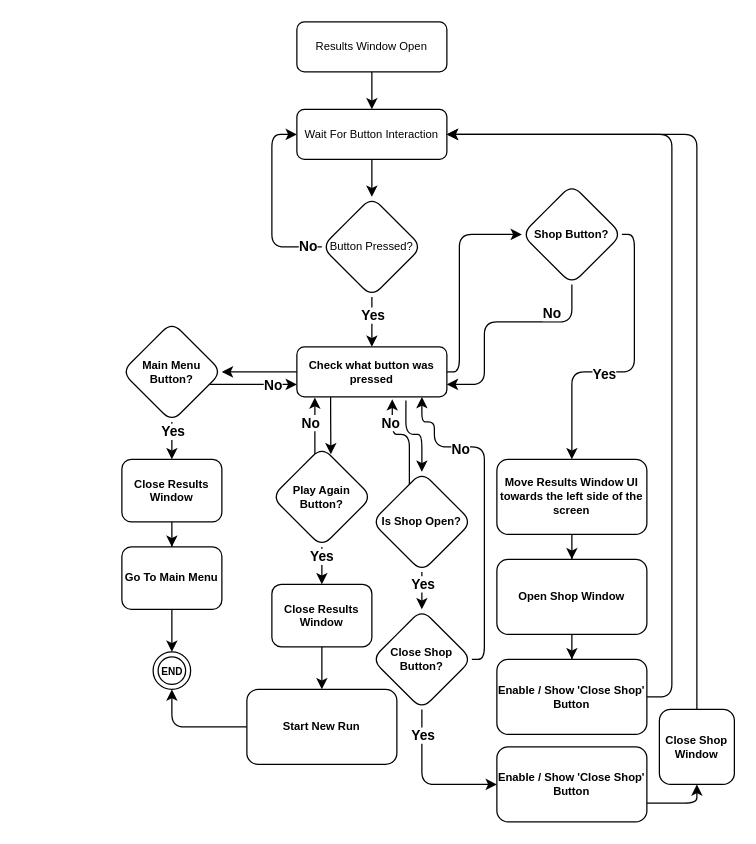
The draw.io diagram ResultsMenuFlowchart.drawio in PsychicHavocTV/CPPSideScroller, before the edit. Source tidied: cells renumbered, new cells numbered last; positions are measured from the earlier drawing's top-left corner, leaving out a move shared by most shapes. Both pictures are drawn from the tidied source at 125%, with x=0, y=0 at pixel (121, 21).
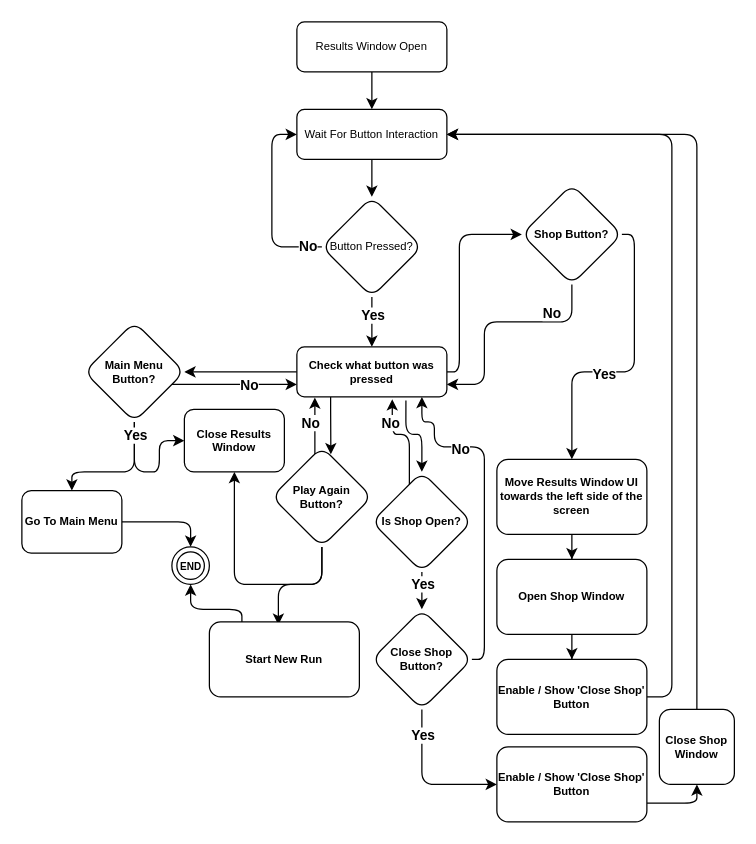
The same page after the edit.

Unchanged cells that the change refers to:
```xml
<mxCell id="20" value="&lt;b&gt;Play Again Button?&lt;/b&gt;" style="rhombus;whiteSpace=wrap;html=1;fontSize=9;rounded=1;glass=0;strokeWidth=1;shadow=0;" parent="1" vertex="1">
  <mxGeometry x="120" y="340" width="80" height="80" as="geometry" />
</mxCell>
```

The edit, as a diff of the source:
```diff
@@
-    <mxCell id="16" style="edgeStyle=orthogonalEdgeStyle;rounded=0;jettySize=auto;html=1;entryX=0.5;entryY=0;entryDx=0;entryDy=0;" parent="1" edge="1" source="20" target="37">
-      <mxGeometry relative="1" as="geometry" />
-    </mxCell>
-    <mxCell id="17" value="&lt;b&gt;Yes&lt;/b&gt;" style="edgeLabel;html=1;align=center;verticalAlign=middle;" parent="16" vertex="1">
-      <mxGeometry x="-0.71" y="-1" relative="1" as="geometry" />
-    </mxCell>
@@
+    <mxCell id="60" style="edgeStyle=orthogonalEdgeStyle;rounded=1;jettySize=auto;html=1;entryX=0.46;entryY=0.04;entryDx=0;entryDy=0;entryPerimeter=0;" parent="1" edge="1" source="20" target="39">
+      <mxGeometry relative="1" as="geometry">
+        <Array as="points">
+          <mxPoint x="160" y="450" />
+          <mxPoint x="125" y="450" />
+        </Array>
+      </mxGeometry>
+    </mxCell>
+    <mxCell id="61" style="edgeStyle=orthogonalEdgeStyle;rounded=1;jettySize=auto;html=1;entryX=0.5;entryY=1;entryDx=0;entryDy=0;" parent="1" edge="1" source="20" target="32">
+      <mxGeometry relative="1" as="geometry">
+        <Array as="points">
+          <mxPoint x="160" y="450" />
+          <mxPoint x="90" y="450" />
+        </Array>
+      </mxGeometry>
+    </mxCell>
@@
-    <mxCell id="23" style="edgeStyle=orthogonalEdgeStyle;rounded=0;jettySize=auto;html=1;exitX=0.5;exitY=1;exitDx=0;exitDy=0;" parent="1" edge="1" source="25" target="32">
+    <mxCell id="23" style="edgeStyle=orthogonalEdgeStyle;rounded=1;jettySize=auto;html=1;exitX=0.5;exitY=1;exitDx=0;exitDy=0;entryX=0;entryY=0.5;entryDx=0;entryDy=0;" parent="1" edge="1" source="25" target="32">
       <mxGeometry relative="1" as="geometry">
         <Array as="points">
-          <mxPoint x="40" y="370" />
+          <mxPoint x="10" y="360" />
+          <mxPoint x="30" y="360" />
+          <mxPoint x="30" y="335" />
         </Array>
       </mxGeometry>
     </mxCell>
-    <mxCell id="24" value="&lt;b&gt;Yes&lt;/b&gt;" style="edgeLabel;html=1;align=center;verticalAlign=middle;" parent="23" vertex="1">
-      <mxGeometry x="-0.51" relative="1" as="geometry" />
-    </mxCell>
+    <mxCell id="62" style="edgeStyle=orthogonalEdgeStyle;rounded=1;jettySize=auto;html=1;entryX=0.5;entryY=0;entryDx=0;entryDy=0;exitX=0.5;exitY=1;exitDx=0;exitDy=0;" parent="1" edge="1" source="25" target="34">
+      <mxGeometry relative="1" as="geometry">
+        <Array as="points">
+          <mxPoint x="10" y="360" />
+          <mxPoint x="-40" y="360" />
+        </Array>
+      </mxGeometry>
+    </mxCell>
+    <mxCell id="63" value="&lt;b&gt;Yes&lt;/b&gt;" style="edgeLabel;html=1;align=center;verticalAlign=middle;" parent="62" vertex="1">
+      <mxGeometry x="-0.75" y="-1" relative="1" as="geometry">
+        <mxPoint x="1" y="-3" as="offset" />
+      </mxGeometry>
+    </mxCell>
     <mxCell id="25" value="&lt;b&gt;Main Menu Button?&lt;/b&gt;" style="rhombus;whiteSpace=wrap;html=1;fontSize=9;rounded=1;glass=0;strokeWidth=1;shadow=0;" parent="1" vertex="1">
-      <mxGeometry y="240" width="80" height="80" as="geometry" />
+      <mxGeometry x="-30" y="240" width="80" height="80" as="geometry" />
     </mxCell>
@@
-    <mxCell id="31" style="edgeStyle=orthogonalEdgeStyle;rounded=0;jettySize=auto;html=1;" parent="1" edge="1" source="32" target="34">
-      <mxGeometry relative="1" as="geometry" />
-    </mxCell>
     <mxCell id="32" value="&lt;b&gt;Close Results Window&lt;/b&gt;" style="whiteSpace=wrap;html=1;fontSize=9;rounded=1;glass=0;strokeWidth=1;shadow=0;" parent="1" vertex="1">
-      <mxGeometry y="350" width="80" height="50" as="geometry" />
+      <mxGeometry x="50" y="310" width="80" height="50" as="geometry" />
     </mxCell>
@@
     <mxCell id="34" value="&lt;b&gt;Go To Main Menu&lt;/b&gt;" style="whiteSpace=wrap;html=1;fontSize=9;rounded=1;glass=0;strokeWidth=1;shadow=0;" parent="1" vertex="1">
-      <mxGeometry y="420" width="80" height="50" as="geometry" />
+      <mxGeometry x="-80" y="375" width="80" height="50" as="geometry" />
     </mxCell>
     <mxCell id="35" value="&lt;font style=&quot;font-size: 8px;&quot;&gt;&lt;b&gt;END&lt;/b&gt;&lt;/font&gt;" style="ellipse;html=1;shape=endState;" parent="1" vertex="1">
-      <mxGeometry x="25" y="504" width="30" height="30" as="geometry" />
+      <mxGeometry x="40" y="420" width="30" height="30" as="geometry" />
     </mxCell>
-    <mxCell id="36" style="edgeStyle=orthogonalEdgeStyle;rounded=0;jettySize=auto;html=1;entryX=0.5;entryY=0;entryDx=0;entryDy=0;" parent="1" edge="1" source="37" target="39">
-      <mxGeometry relative="1" as="geometry" />
-    </mxCell>
-    <mxCell id="37" value="&lt;b&gt;Close Results Window&lt;/b&gt;" style="whiteSpace=wrap;html=1;fontSize=9;rounded=1;glass=0;strokeWidth=1;shadow=0;" parent="1" vertex="1">
-      <mxGeometry x="120" y="449.9" width="80" height="50" as="geometry" />
-    </mxCell>
-    <mxCell id="38" style="edgeStyle=orthogonalEdgeStyle;rounded=1;jettySize=auto;html=1;entryX=0.5;entryY=1;entryDx=0;entryDy=0;" parent="1" edge="1" source="39" target="35">
-      <mxGeometry relative="1" as="geometry" />
+    <mxCell id="38" style="edgeStyle=orthogonalEdgeStyle;rounded=1;jettySize=auto;html=1;entryX=0.5;entryY=1;entryDx=0;entryDy=0;exitX=0.217;exitY=0.012;exitDx=0;exitDy=0;exitPerimeter=0;" parent="1" edge="1" source="39" target="35">
+      <mxGeometry relative="1" as="geometry">
+        <Array as="points">
+          <mxPoint x="96" y="470" />
+          <mxPoint x="55" y="470" />
+        </Array>
+      </mxGeometry>
     </mxCell>
     <mxCell id="39" value="&lt;b&gt;Start New Run&lt;/b&gt;" style="whiteSpace=wrap;html=1;fontSize=9;rounded=1;glass=0;strokeWidth=1;shadow=0;" parent="1" vertex="1">
-      <mxGeometry x="100" y="534" width="120" height="60" as="geometry" />
+      <mxGeometry x="70" y="480" width="120" height="60" as="geometry" />
     </mxCell>
```
